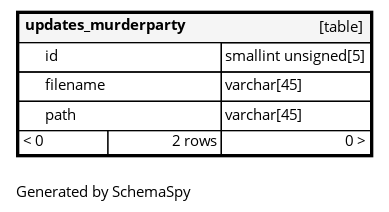
The Graphviz diagram diagrams/tables/updates_murderparty.1degree.png in ta-forever/db, before a commit. Its source is kept beside it as diagrams/tables/updates_murderparty.1degree.dot.
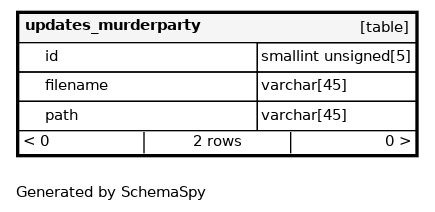
The same diagram one commit later.

Change to the diagram source:
```diff
@@ -1,13 +1,13 @@
 digraph "oneDegreeRelationshipsDiagram" {
-  graph [    rankdir="RL"    bgcolor="#ffffff"    label="\nGenerated by SchemaSpy"    labeljust="l"    nodesep="0.18"    ranksep="0.46"    fontname="Helvetica"    fontsize="11"    ration="compress"  ];  node [    fontname="Helvetica"    fontsize="11"    shape="plaintext"  ];  edge [    arrowsize="0.8"  ];
+  graph [    rankdir="RL"    bgcolor="#ffffff"    label="\nGenerated by SchemaSpy"    labeljust="l"    nodesep="0.18"    ranksep="0.46"    fontname="Helvetica"    fontsize="11"    packmode="graph"  ];  node [    fontname="Helvetica"    fontsize="11"    shape="plaintext"  ];  edge [    arrowsize="0.8"  ];
   "updates_murderparty" [
    label=<
     <TABLE BORDER="2" CELLBORDER="1" CELLSPACING="0" BGCOLOR="#ffffff">
-      <TR><TD COLSPAN="4"  BGCOLOR="#f5f5f5"><TABLE BORDER="0" CELLSPACING="0"><TR><TD ALIGN="LEFT" FIXEDSIZE="TRUE" WIDTH="131" HEIGHT="16"><B>updates_murderparty</B></TD><TD ALIGN="RIGHT">[table]</TD></TR></TABLE></TD></TR>
-      <TR><TD PORT="id" COLSPAN="2" BGCOLOR="#ffffff" ALIGN="LEFT"><TABLE BORDER="0" CELLSPACING="0" ALIGN="LEFT"><TR ALIGN="LEFT"><TD ALIGN="LEFT" FIXEDSIZE="TRUE" WIDTH="15" HEIGHT="16"></TD><TD ALIGN="LEFT" FIXEDSIZE="TRUE" WIDTH="131" HEIGHT="16">id</TD></TR></TABLE></TD><TD PORT="id.type" ALIGN="LEFT">smallint unsigned[5]</TD></TR>
-      <TR><TD PORT="filename" COLSPAN="2" ALIGN="LEFT"><TABLE BORDER="0" CELLSPACING="0" ALIGN="LEFT"><TR ALIGN="LEFT"><TD ALIGN="LEFT" FIXEDSIZE="TRUE" WIDTH="15" HEIGHT="16"></TD><TD ALIGN="LEFT" FIXEDSIZE="TRUE" WIDTH="131" HEIGHT="16">filename</TD></TR></TABLE></TD><TD PORT="filename.type" ALIGN="LEFT">varchar[45]</TD></TR>
-      <TR><TD PORT="path" COLSPAN="2" ALIGN="LEFT"><TABLE BORDER="0" CELLSPACING="0" ALIGN="LEFT"><TR ALIGN="LEFT"><TD ALIGN="LEFT" FIXEDSIZE="TRUE" WIDTH="15" HEIGHT="16"></TD><TD ALIGN="LEFT" FIXEDSIZE="TRUE" WIDTH="131" HEIGHT="16">path</TD></TR></TABLE></TD><TD PORT="path.type" ALIGN="LEFT">varchar[45]</TD></TR>
-      <TR><TD ALIGN="LEFT" BGCOLOR="#ffffff">&lt; 0</TD><TD ALIGN="RIGHT" BGCOLOR="#ffffff">2 rows</TD><TD ALIGN="RIGHT" BGCOLOR="#ffffff">0 &gt;</TD></TR>
+      <TR><TD COLSPAN="4"  BGCOLOR="#f5f5f5"><TABLE BORDER="0" CELLSPACING="0"><TR><TD ALIGN="LEFT" FIXEDSIZE="TRUE" WIDTH="158" HEIGHT="16"><B>updates_murderparty</B></TD><TD ALIGN="RIGHT">[table]</TD></TR></TABLE></TD></TR>
+      <TR><TD PORT="id" COLSPAN="2" BGCOLOR="#ffffff" ALIGN="LEFT"><TABLE BORDER="0" CELLSPACING="0" ALIGN="LEFT"><TR ALIGN="LEFT"><TD ALIGN="LEFT" FIXEDSIZE="TRUE" WIDTH="15" HEIGHT="16"></TD><TD ALIGN="LEFT" FIXEDSIZE="TRUE" WIDTH="158" HEIGHT="16">id</TD></TR></TABLE></TD><TD PORT="id.type" ALIGN="LEFT">smallint unsigned[5]</TD></TR>
+      <TR><TD PORT="filename" COLSPAN="2" ALIGN="LEFT"><TABLE BORDER="0" CELLSPACING="0" ALIGN="LEFT"><TR ALIGN="LEFT"><TD ALIGN="LEFT" FIXEDSIZE="TRUE" WIDTH="15" HEIGHT="16"></TD><TD ALIGN="LEFT" FIXEDSIZE="TRUE" WIDTH="158" HEIGHT="16">filename</TD></TR></TABLE></TD><TD PORT="filename.type" ALIGN="LEFT">varchar[45]</TD></TR>
+      <TR><TD PORT="path" COLSPAN="2" ALIGN="LEFT"><TABLE BORDER="0" CELLSPACING="0" ALIGN="LEFT"><TR ALIGN="LEFT"><TD ALIGN="LEFT" FIXEDSIZE="TRUE" WIDTH="15" HEIGHT="16"></TD><TD ALIGN="LEFT" FIXEDSIZE="TRUE" WIDTH="158" HEIGHT="16">path</TD></TR></TABLE></TD><TD PORT="path.type" ALIGN="LEFT">varchar[45]</TD></TR>
+      <TR><TD ALIGN="LEFT" CELLPADDING="0" BGCOLOR="#ffffff" COLSPAN="4" ><TABLE BORDER="0" CELLBORDER="0" CELLSPACING="0"><TR><TD ALIGN="LEFT" BGCOLOR="#ffffff">&lt; 0</TD><VR/><TD ALIGN="CENTER" BGCOLOR="#ffffff">2 rows</TD><VR/><TD ALIGN="RIGHT" BGCOLOR="#ffffff">0 &gt;</TD></TR></TABLE></TD></TR>
     </TABLE>>
     URL="updates_murderparty.html"
     target="_top"
```
